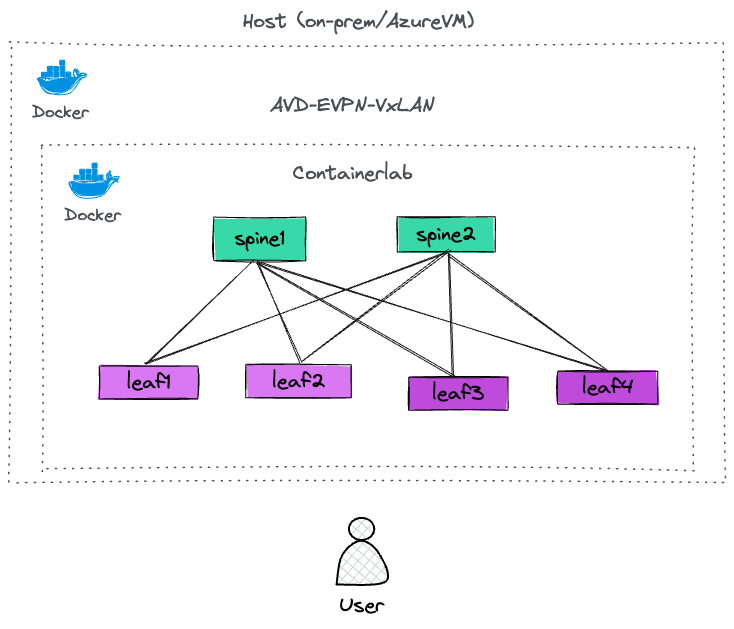
Before: media/lab_topology.excalidraw.png, a diagram exported from Excalidraw (marekplaza/evpnvxlan_quickstart). Source tidied: one line per element, renumbered; positions are measured from the earlier drawing's top-left corner, leaving out a move shared by most shapes.
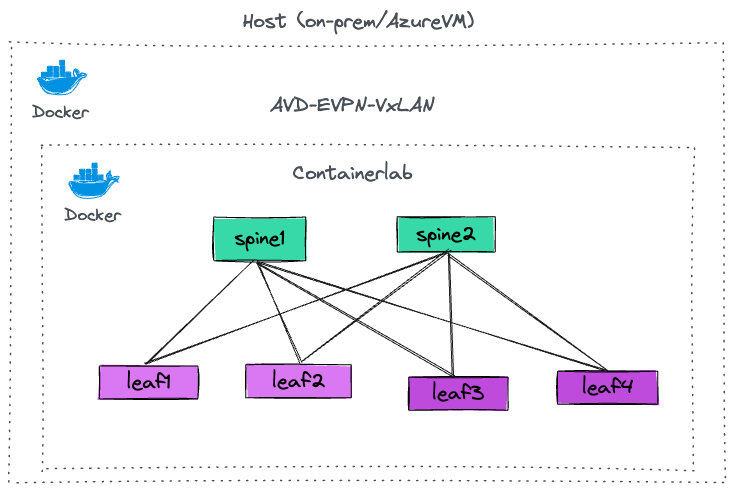
After the commit.

Commit message:
adding media: diagram

What changed in the source:
```diff
@@ -34,9 +34,6 @@
 {"id": 33, "type": "rectangle", "strokeColor": "#0091e2", "backgroundColor": "#0091e2", "fillStyle": "solid", "strokeWidth": 1, "roughness": 1, "x": 82, "y": 159, "width": 5, "height": 5}
 {"id": 34, "type": "rectangle", "strokeColor": "#0091e2", "backgroundColor": "#0091e2", "fillStyle": "solid", "strokeWidth": 1, "roughness": 1, "x": 82, "y": 153, "width": 5, "height": 5}
 {"id": 35, "type": "text", "text": "Docker", "strokeColor": "#495057", "strokeWidth": 1, "roughness": 1, "fontSize": 17.14, "fontFamily": 1, "x": 54, "y": 196, "width": 57, "height": 21}
-{"id": 36, "type": "text", "text": "User", "strokeColor": "#000000", "backgroundColor": "white", "fillStyle": "solid", "strokeWidth": 1, "roughness": 1, "fontSize": 20, "fontFamily": 1, "x": 329, "y": 584, "width": 45, "height": 25}
-{"id": 37, "type": "line", "strokeColor": "#000000", "backgroundColor": "#ced4da", "fillStyle": "cross-hatch", "strokeWidth": 2, "roughness": 0, "round": true, "x": 326, "y": 575, "width": 49, "height": 44, "points": [[0, 0], [6, -29], [24, -44], [42, -32], [49, -3], [0, 0]]}
-{"id": 38, "type": "ellipse", "strokeColor": "#000000", "backgroundColor": "#ced4da", "fillStyle": "cross-hatch", "strokeWidth": 2, "roughness": 0, "x": 339, "y": 508, "width": 25, "height": 22}
 {"id": 39, "type": "line", "strokeColor": "#0091e2", "backgroundColor": "#0091e2", "fillStyle": "solid", "strokeWidth": 1, "roughness": 1, "round": true, "x": 37, "y": 69, "width": 49, "height": 24, "points": [[0, 0], [23, 0], [28, -1], [27, -6], [29, -10], [32, -6], [31, -3], [36, -6], [39, -4], [37, -2], [33, 1], [21, 13], [0, 14], [-9, 1], [-3, -1], [0, 0]]}
 {"id": 40, "type": "rectangle", "strokeColor": "#0091e2", "backgroundColor": "#0091e2", "fillStyle": "solid", "strokeWidth": 1, "roughness": 1, "x": 32, "y": 62, "width": 5, "height": 5}
 {"id": 41, "type": "rectangle", "strokeColor": "#0091e2", "backgroundColor": "#0091e2", "fillStyle": "solid", "strokeWidth": 1, "roughness": 1, "x": 38, "y": 62, "width": 5, "height": 5}
```
